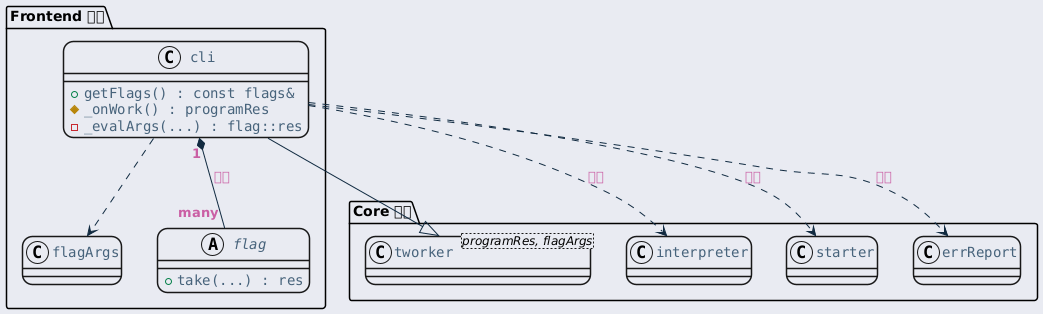
byeolang/website keeps this PlantUML diagram as ref/generated/ko/inline_umlgraph_39.png. Above is the earlier version. Source of this version:
```plantuml
@startuml inline_umlgraph_39.png
<style>
  root {
    BackGroundColor: #E9EBF2;
  }
  class, node, object, participant, actor, boundary, control, entity, database, collections, queue {
    LineThickness: 1.5;
    HorizontalAlignment center;
    FontColor: #47637b;
    FontSize: 14;
    FontName: "Courier";
    RoundCorner: 20;
  }
  arrow {
    LineColor: #112a40;
    FontColor: #ca5fa4;
    FontStyle: "bold"
  }
  visibilityIcon {
    protected {
      LineColor DarkGoldenRod
      BackgroundColor DarkGoldenRod
    }
}
</style>
package "Core 모듈" {
    class "tworker<programRes, flagArgs>" as tworker {
    }
    class interpreter {
    }
    class starter {
    }
    class errReport {
    }
}

package "Frontend 모듈" {
    class cli {
        + getFlags() : const flags&
        # _onWork() : programRes
        - _evalArgs(...) : flag::res
    }

    class flagArgs {
    }

    abstract class flag {
        + take(...) : res
    }

    cli --|> tworker
    cli ..> interpreter : 생성
    cli ..> starter : 생성
    cli ..> errReport : 생성
    cli ..> flagArgs
    cli "1" *-- "many" flag : 관리
}
@enduml
```
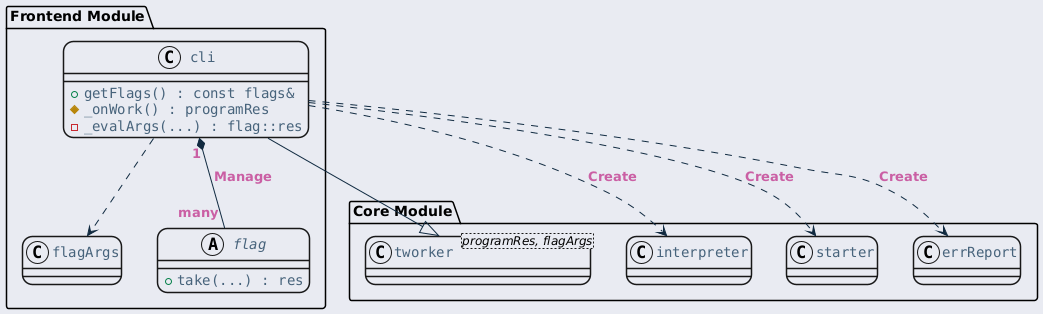
The same file after the commit.

What changed in the source:
```diff
@@ -23,7 +23,7 @@
     }
 }
 </style>
-package "Core 모듈" {
+package "Core Module" {
     class "tworker<programRes, flagArgs>" as tworker {
     }
     class interpreter {
@@ -34,7 +34,7 @@
     }
 }
 
-package "Frontend 모듈" {
+package "Frontend Module" {
     class cli {
         + getFlags() : const flags&
         # _onWork() : programRes
@@ -49,10 +49,10 @@
     }
 
     cli --|> tworker
-    cli ..> interpreter : 생성
-    cli ..> starter : 생성
-    cli ..> errReport : 생성
+    cli ..> interpreter : Create
+    cli ..> starter : Create
+    cli ..> errReport : Create
     cli ..> flagArgs
-    cli "1" *-- "many" flag : 관리
+    cli "1" *-- "many" flag : Manage
 }
 @enduml
```
